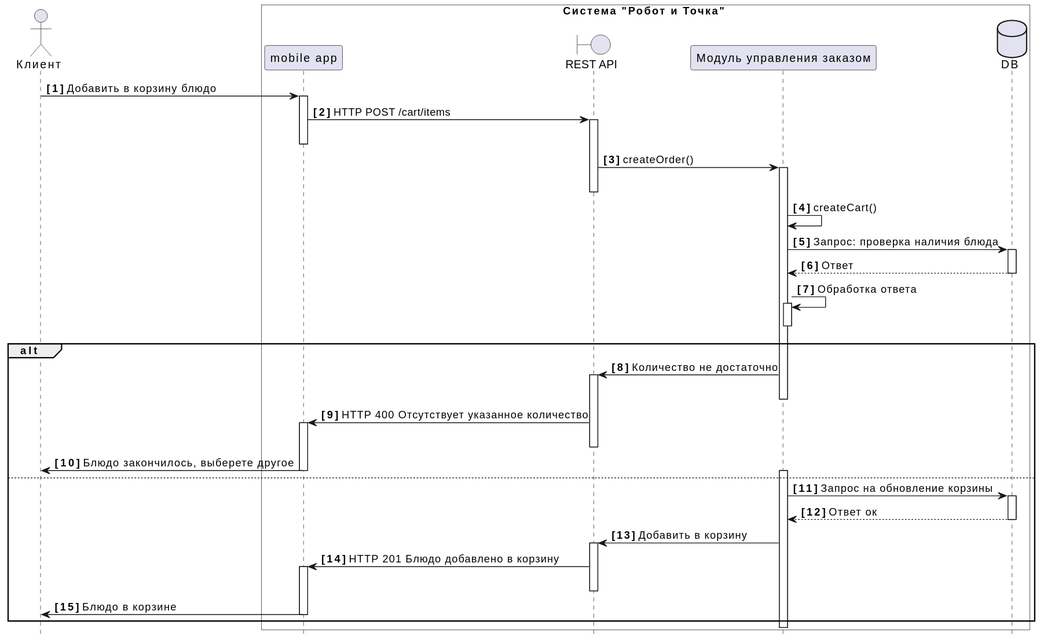
This is docs/diagrams/out/UseCase-1.svg from RusHydra/robot, a PlantUML export, as it was before one commit.
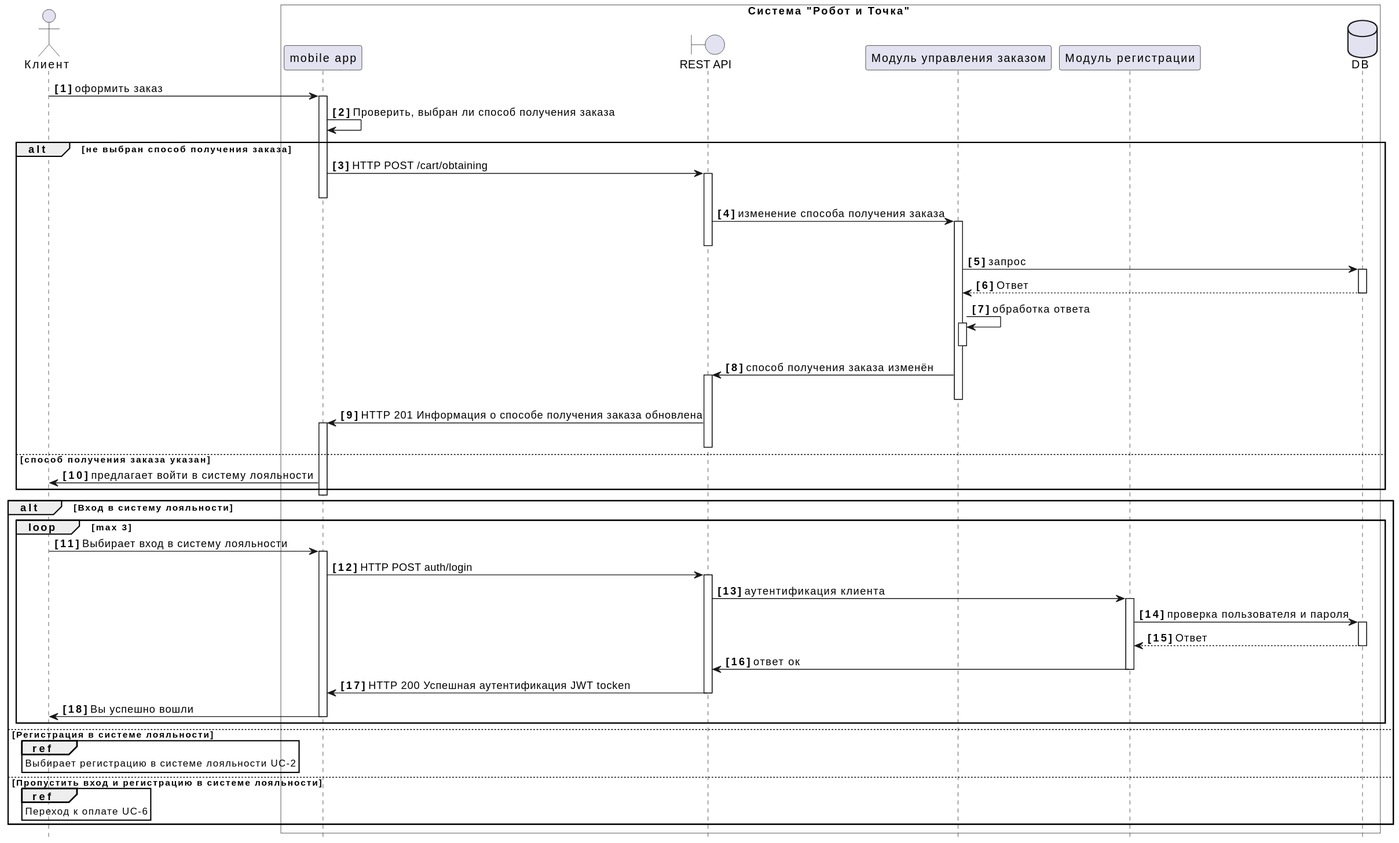
Later version of the same file.

The edit, as a diff of the source:
```diff
@@ -4,37 +4,56 @@
 participant  "mobile app" as app
 boundary "REST API" as api
 participant "Модуль управления заказом" as order
+participant "Модуль регистрации" as auth
 dataBase "DB" as db
 end box
 hide footbox
 autonumber "<b>[0]"
 
-client -> app++: Добавить в корзину блюдо
-app -> api++: HTTP POST /cart/items
+client -> app++: оформить заказ
+app -> app: Проверить, выбран ли способ получения заказа
+alt не выбран способ получения заказа
+app -> api++: HTTP POST /cart/obtaining
 app--
-api -> order++: createOrder()
+api -> order++: изменение способа получения заказа
 api--
-order -> order: createCart()
-order-> db++: Запрос: проверка наличия блюда
+order -> db++: запрос
 return Ответ
-order -> order++: Обработка ответа
+db--
+order -> order++: обработка ответа
 order--
+order -> api++: способ получения заказа изменён
+order--
+api -> app++: HTTP 201 Информация о способе получения заказа обновлена
+api--
 
-alt
-order -> api++: Количество не достаточно
-order--
-api -> app++: HTTP 400 Отсутствует указанное количество
+else способ получения заказа указан
+app -> client: предлагает войти в систему лояльности
+end
+app--
+
+
+alt Вход в систему лояльности
+loop max 3
+client -> app++: Выбирает вход в систему лояльности
+app -> api++: HTTP POST auth/login
+api -> auth++: аутентификация клиента
+auth -> db++: проверка пользователя и пароля
+return Ответ
+auth -> api: ответ ок
+auth--
+api -> app: HTTP 200 Успешная аутентификация JWT tocken
 api--
-app -> client: Блюдо закончилось, выберете другое
+app -> client: Вы успешно вошли
 app--
-else
-order++
-order -> db++: Запрос на обновление корзины
-return Ответ ок
-order -> api++: Добавить в корзину
-api -> app++: HTTP 201 Блюдо добавлено в корзину
-api--
-app -> client: Блюдо в корзине
-app--
+end loop
+else Регистрация в системе лояльности
+ref over client
+Выбирает регистрацию в системе лояльности UC-2
+end ref
+else Пропустить вход и регистрацию в системе лояльности
+ref over client
+Переход к оплате UC-6
+end ref
 end
 @enduml
```
